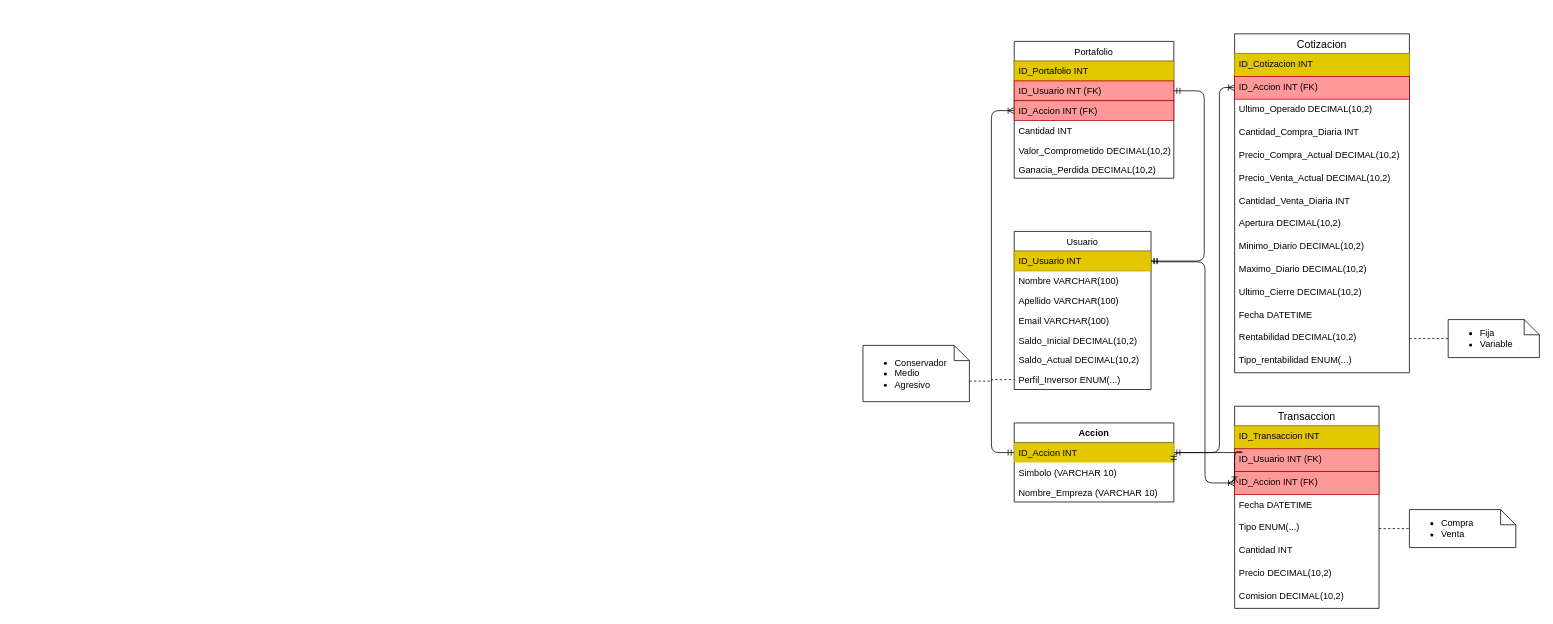
This is base_de_datos/proyecto.drawio from ispc-team-13/argBrokerDemo, a draw.io file, before an edit. Source tidied: cells renumbered, new cells numbered last; positions are measured from the earlier drawing's top-left corner, leaving out a move shared by most shapes. Both pictures are drawn from the tidied source at 76%, with x=0, y=0 at pixel (863, 33).
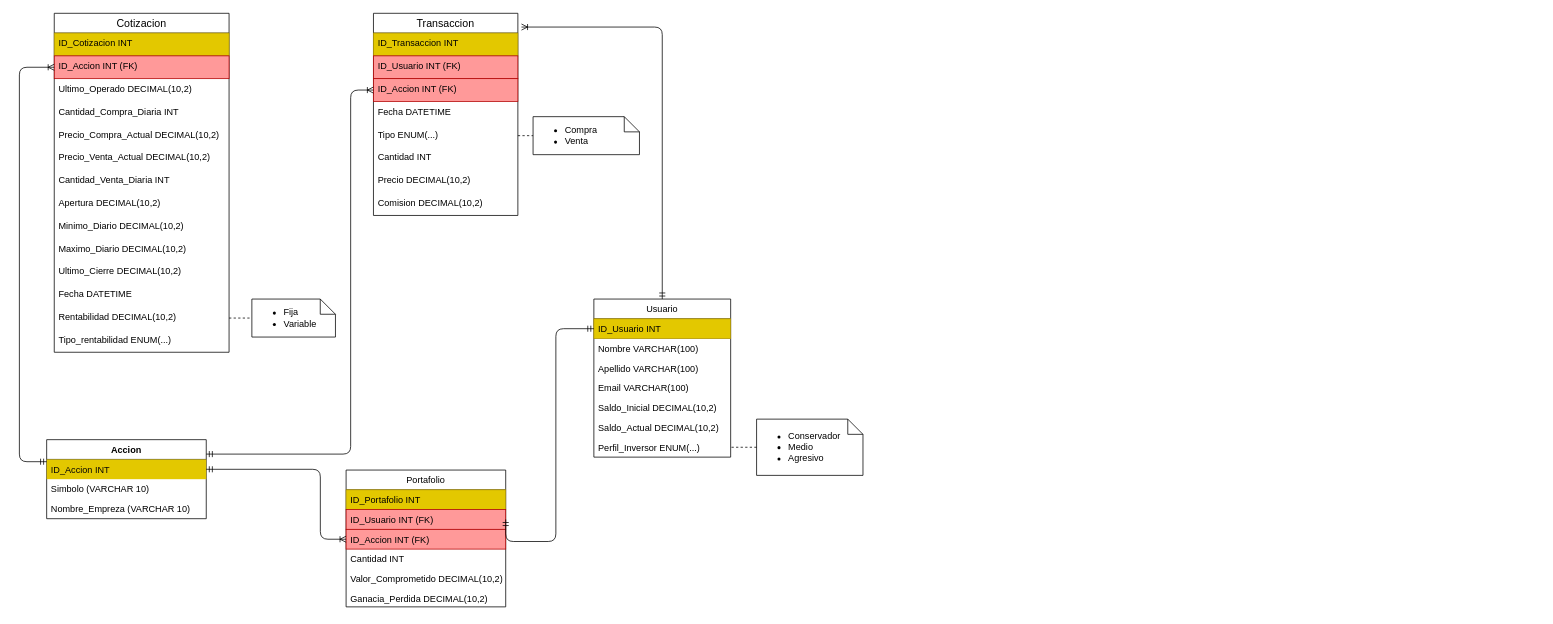
The same page after the edit.

Commit message:
reorganización modelo E-R

Unchanged cells that the change refers to:
```xml
<mxCell id="4" value="ID_Usuario INT (FK)" style="text;strokeColor=#B20000;fillColor=#FF9999;align=left;verticalAlign=top;spacingLeft=4;spacingRight=4;overflow=hidden;points=[[0,0.5],[1,0.5]];portConstraint=eastwest;fontColor=#000000;" parent="2" vertex="1">
  <mxGeometry y="52" width="210" height="26" as="geometry" />
</mxCell>
<mxCell id="5" value="ID_Accion INT (FK)" style="text;strokeColor=#B20000;fillColor=#FF9999;align=left;verticalAlign=top;spacingLeft=4;spacingRight=4;overflow=hidden;points=[[0,0.5],[1,0.5]];portConstraint=eastwest;fontColor=#000000;" parent="2" vertex="1">
  <mxGeometry y="78" width="210" height="26" as="geometry" />
</mxCell>
<mxCell id="10" value="ID_Usuario INT" style="text;strokeColor=#B09500;fillColor=#e3c800;align=left;verticalAlign=top;spacingLeft=4;spacingRight=4;overflow=hidden;points=[[0,0.5],[1,0.5]];portConstraint=eastwest;fontColor=#000000;" parent="9" vertex="1">
  <mxGeometry y="26" width="180" height="26" as="geometry" />
</mxCell>
<mxCell id="16" value="Perfil_Inversor ENUM(...)" style="text;strokeColor=none;fillColor=none;align=left;verticalAlign=top;spacingLeft=4;spacingRight=4;overflow=hidden;points=[[0,0.5],[1,0.5]];portConstraint=eastwest;" parent="9" vertex="1">
  <mxGeometry y="182" width="180" height="26" as="geometry" />
</mxCell>
<mxCell id="20" value="ID_Accion INT (FK)" style="text;strokeColor=#B20000;fillColor=#FF9999;spacingLeft=4;spacingRight=4;overflow=hidden;points=[[0,0.5],[1,0.5]];portConstraint=eastwest;fontSize=12;fontColor=#000000;" parent="18" vertex="1">
  <mxGeometry y="56" width="230" height="30" as="geometry" />
</mxCell>
<mxCell id="36" value="ID_Accion INT (FK)" style="text;strokeColor=#B20000;fillColor=#FF9999;spacingLeft=4;spacingRight=4;overflow=hidden;points=[[0,0.5],[1,0.5]];portConstraint=eastwest;fontSize=12;fontColor=#000000;" parent="33" vertex="1">
  <mxGeometry y="86" width="190" height="30" as="geometry" />
</mxCell>
<mxCell id="44" value="ID_Accion INT" style="text;strokeColor=none;fillColor=#e3c800;align=left;verticalAlign=top;spacingLeft=4;spacingRight=4;overflow=hidden;points=[[0,0.5],[1,0.5]];portConstraint=eastwest;fontColor=#050505;" parent="43" vertex="1">
  <mxGeometry y="26" width="210" height="26" as="geometry" />
</mxCell>
```

Diff of the diagram source:
```diff
@@
     <mxCell id="2" value="Portafolio" style="swimlane;fontStyle=0;horizontal=1;startSize=26;fillColor=default;" parent="1" vertex="1">
-      <mxGeometry x="199" y="10" width="210" height="180" as="geometry" />
+      <mxGeometry x="-680.1" y="574" width="210" height="180" as="geometry" />
     </mxCell>
@@
     <mxCell id="9" value="Usuario" style="swimlane;fontStyle=0;horizontal=1;startSize=26;fillColor=default;direction=east;" parent="1" vertex="1">
-      <mxGeometry x="199" y="260" width="180" height="208" as="geometry" />
+      <mxGeometry x="-354.1" y="349" width="180" height="208" as="geometry" />
     </mxCell>
@@
-    <mxCell id="17" style="edgeStyle=orthogonalEdgeStyle;fontSize=12;html=1;endArrow=ERmandOne;startArrow=ERmandOne;exitX=1;exitY=0.5;exitDx=0;exitDy=0;entryX=1;entryY=0.5;entryDx=0;entryDy=0;endFill=0;" parent="1" edge="1" source="10" target="4">
+    <mxCell id="17" style="edgeStyle=orthogonalEdgeStyle;fontSize=12;html=1;endArrow=ERmandOne;startArrow=ERmandOne;exitX=0;exitY=0.5;exitDx=0;exitDy=0;entryX=1;entryY=0.5;entryDx=0;entryDy=0;endFill=0;" parent="1" edge="1" source="10" target="4">
       <mxGeometry relative="1" as="geometry">
         <Array as="points">
-          <mxPoint x="449" y="299" />
-          <mxPoint x="449" y="75" />
+          <mxPoint x="-404.1" y="388" />
+          <mxPoint x="-404.1" y="668" />
         </Array>
       </mxGeometry>
     </mxCell>
     <mxCell id="18" value="Cotizacion" style="swimlane;fontStyle=0;horizontal=1;startSize=26;align=center;fontSize=14;" parent="1" vertex="1">
-      <mxGeometry x="489" width="230" height="446" as="geometry" />
+      <mxGeometry x="-1064.1" y="-27" width="230" height="446" as="geometry" />
     </mxCell>
@@
     <mxCell id="33" value="Transaccion" style="swimlane;fontStyle=0;horizontal=1;startSize=26;align=center;fontSize=14;fillColor=default;" parent="1" vertex="1">
-      <mxGeometry x="489" y="490" width="190" height="266" as="geometry" />
+      <mxGeometry x="-644.1" y="-27" width="190" height="266" as="geometry" />
     </mxCell>
@@
-    <mxCell id="42" style="fontSize=12;html=1;endArrow=ERoneToMany;startArrow=ERmandOne;edgeStyle=orthogonalEdgeStyle;exitX=1;exitY=0.5;exitDx=0;exitDy=0;" parent="1" edge="1" source="10" target="36">
+    <mxCell id="42" style="fontSize=12;html=1;endArrow=ERoneToMany;startArrow=ERmandOne;edgeStyle=orthogonalEdgeStyle;exitX=0.5;exitY=0;exitDx=0;exitDy=0;entryX=1.025;entryY=0.068;entryDx=0;entryDy=0;entryPerimeter=0;" parent="1" edge="1" source="9" target="33">
       <mxGeometry relative="1" as="geometry">
         <Array as="points">
-          <mxPoint x="381" y="299" />
-          <mxPoint x="381" y="300" />
-          <mxPoint x="450" y="300" />
-          <mxPoint x="450" y="591" />
+          <mxPoint x="-264.1" y="-9" />
         </Array>
       </mxGeometry>
     </mxCell>
     <mxCell id="43" value="Accion" style="swimlane;fontStyle=1;align=center;verticalAlign=top;horizontal=1;startSize=26;" parent="1" vertex="1">
-      <mxGeometry x="199" y="512" width="210" height="104" as="geometry" />
+      <mxGeometry x="-1074.1" y="534" width="210" height="104" as="geometry" />
     </mxCell>
@@
-    <mxCell id="47" style="fontSize=12;html=1;endArrow=ERoneToMany;startArrow=ERmandOne;edgeStyle=orthogonalEdgeStyle;exitX=1;exitY=0.5;exitDx=0;exitDy=0;entryX=0;entryY=0.5;entryDx=0;entryDy=0;" parent="1" edge="1" source="44" target="36">
+    <mxCell id="47" style="fontSize=12;html=1;endArrow=ERoneToMany;startArrow=ERmandOne;edgeStyle=orthogonalEdgeStyle;entryX=0;entryY=0.5;entryDx=0;entryDy=0;" parent="1" edge="1" target="36">
       <mxGeometry relative="1" as="geometry">
+        <mxPoint x="-864.1" y="553" as="sourcePoint" />
         <Array as="points">
-          <mxPoint x="499" y="551" />
-          <mxPoint x="660" y="550" />
+          <mxPoint x="-674.1" y="553" />
+          <mxPoint x="-674.1" y="74" />
         </Array>
       </mxGeometry>
     </mxCell>
-    <mxCell id="48" style="fontSize=12;html=1;endArrow=ERoneToMany;startArrow=ERmandOne;edgeStyle=orthogonalEdgeStyle;entryX=0;entryY=0.5;entryDx=0;entryDy=0;exitX=0;exitY=0.5;exitDx=0;exitDy=0;" parent="1" edge="1" source="44" target="5">
+    <mxCell id="48" style="fontSize=12;html=1;endArrow=ERoneToMany;startArrow=ERmandOne;edgeStyle=orthogonalEdgeStyle;entryX=0;entryY=0.5;entryDx=0;entryDy=0;" parent="1" edge="1" target="5">
       <mxGeometry relative="1" as="geometry">
+        <mxPoint x="-864.1" y="573" as="sourcePoint" />
         <Array as="points">
-          <mxPoint x="169" y="551" />
-          <mxPoint x="169" y="101" />
+          <mxPoint x="-714" y="573" />
+          <mxPoint x="-714" y="665" />
         </Array>
       </mxGeometry>
     </mxCell>
-    <mxCell id="49" style="fontSize=12;html=1;endArrow=ERoneToMany;startArrow=ERmandOne;edgeStyle=orthogonalEdgeStyle;exitX=1;exitY=0.5;exitDx=0;exitDy=0;entryX=0;entryY=0.5;entryDx=0;entryDy=0;" parent="1" edge="1" source="43" target="20">
+    <mxCell id="49" style="fontSize=12;html=1;endArrow=ERoneToMany;startArrow=ERmandOne;edgeStyle=orthogonalEdgeStyle;entryX=0;entryY=0.5;entryDx=0;entryDy=0;" parent="1" edge="1" target="20">
       <mxGeometry relative="1" as="geometry">
+        <mxPoint x="-1074.1" y="563" as="sourcePoint" />
         <Array as="points">
-          <mxPoint x="469" y="551" />
-          <mxPoint x="469" y="70" />
-          <mxPoint x="489" y="70" />
+          <mxPoint x="-1110" y="563" />
+          <mxPoint x="-1110" y="44" />
         </Array>
       </mxGeometry>
     </mxCell>
-    <mxCell id="50" value="&lt;ul&gt;&lt;li&gt;Fija&lt;/li&gt;&lt;li&gt;Variable&lt;/li&gt;&lt;/ul&gt;" style="shape=note;size=20;whiteSpace=wrap;html=1;align=left;" parent="1" vertex="1">
-      <mxGeometry x="770" y="376" width="120" height="50" as="geometry" />
+    <mxCell id="50" value="&lt;ul&gt;&lt;li&gt;&lt;span style=&quot;background-color: initial;&quot;&gt;Fija&lt;/span&gt;&lt;/li&gt;&lt;li&gt;&lt;span style=&quot;background-color: initial;&quot;&gt;Variable&lt;/span&gt;&lt;/li&gt;&lt;/ul&gt;" style="shape=note;size=20;whiteSpace=wrap;html=1;align=left;" parent="1" vertex="1">
+      <mxGeometry x="-804.1" y="349" width="110" height="50" as="geometry" />
     </mxCell>
@@
     <mxCell id="52" value="&lt;ul&gt;&lt;li&gt;Conservador&lt;/li&gt;&lt;li&gt;Medio&lt;/li&gt;&lt;li&gt;Agresivo&lt;/li&gt;&lt;/ul&gt;" style="shape=note;size=20;whiteSpace=wrap;html=1;align=left;" parent="1" vertex="1">
-      <mxGeometry y="410" width="140" height="74" as="geometry" />
+      <mxGeometry x="-140" y="507" width="140" height="74" as="geometry" />
     </mxCell>
-    <mxCell id="53" style="edgeStyle=orthogonalEdgeStyle;rounded=0;jettySize=auto;html=1;exitX=0;exitY=0;exitDx=140;exitDy=47;entryX=0;entryY=0.5;entryDx=0;entryDy=0;dashed=1;endArrow=none;endFill=0;exitPerimeter=0;" parent="1" edge="1" source="52" target="16">
-      <mxGeometry relative="1" as="geometry" />
+    <mxCell id="53" style="edgeStyle=orthogonalEdgeStyle;rounded=0;jettySize=auto;html=1;entryX=1;entryY=0.5;entryDx=0;entryDy=0;dashed=1;endArrow=none;endFill=0;exitX=0;exitY=0.5;exitDx=0;exitDy=0;exitPerimeter=0;" parent="1" edge="1" source="52" target="16">
+      <mxGeometry relative="1" as="geometry">
+        <Array as="points">
+          <mxPoint x="-140" y="544" />
+          <mxPoint x="-140" y="544" />
+        </Array>
+      </mxGeometry>
     </mxCell>
     <mxCell id="54" value="&lt;ul&gt;&lt;li&gt;Compra&lt;/li&gt;&lt;li&gt;Venta&lt;/li&gt;&lt;/ul&gt;" style="shape=note;size=20;whiteSpace=wrap;html=1;align=left;" parent="1" vertex="1">
-      <mxGeometry x="719" y="626" width="140" height="50" as="geometry" />
+      <mxGeometry x="-434.1" y="109" width="140" height="50" as="geometry" />
     </mxCell>
```
